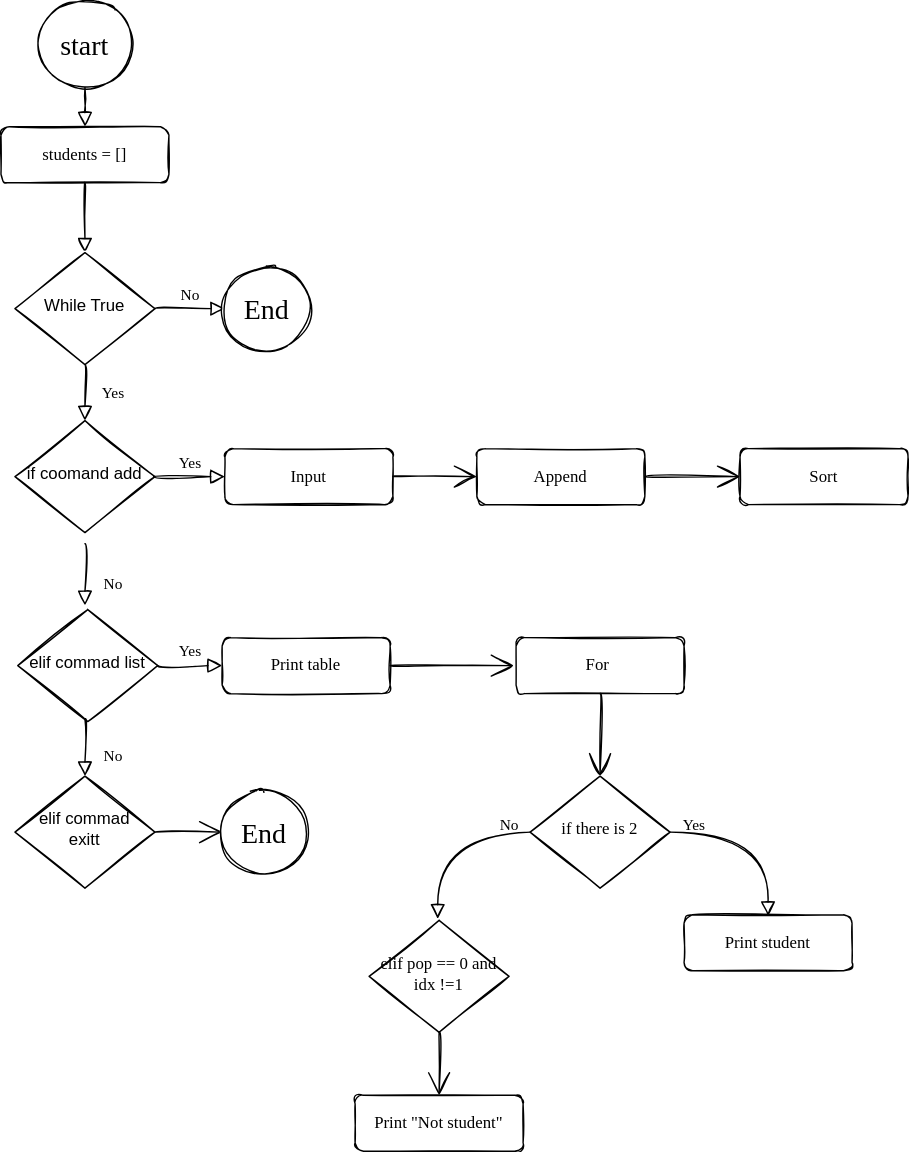
tamaranesterenko/Python.LR_9 keeps this draw.io diagram as Idz Diagram.svg. Above is the earlier version. Source tidied: cells renumbered, new cells last; positions are measured from the earlier drawing's top-left corner, leaving out a move shared by most shapes. The source it was exported from:
```xml
<mxGraphModel>
  <root>
    <mxCell id="0" />
    <mxCell id="1" parent="0" />
    <mxCell id="2" style="rounded=0;html=1;jettySize=auto;fontSize=11;endArrow=block;endFill=0;endSize=8;strokeWidth=1;shadow=0;labelBackgroundColor=none;edgeStyle=orthogonalEdgeStyle;sketch=1;hachureGap=4;fontFamily=Architects Daughter;fontSource=https%3A%2F%2Ffonts.googleapis.com%2Fcss%3Ffamily%3DArchitects%2BDaughter;sourcePerimeterSpacing=8;targetPerimeterSpacing=8;curved=1;entryX=0.5;entryY=0;entryDx=0;entryDy=0;exitX=0.5;exitY=1;exitDx=0;exitDy=0;" parent="1" edge="1" source="3" target="6">
      <mxGeometry relative="1" as="geometry" />
    </mxCell>
    <mxCell id="3" value="students = []" style="rounded=1;whiteSpace=wrap;html=1;fontSize=12;glass=0;strokeWidth=1;shadow=0;sketch=1;hachureGap=4;fontFamily=Architects Daughter;fontSource=https%3A%2F%2Ffonts.googleapis.com%2Fcss%3Ffamily%3DArchitects%2BDaughter;" parent="1" vertex="1">
      <mxGeometry y="90" width="120" height="40" as="geometry" />
    </mxCell>
    <mxCell id="4" value="Yes" style="rounded=0;html=1;jettySize=auto;fontSize=11;endArrow=block;endFill=0;endSize=8;strokeWidth=1;shadow=0;labelBackgroundColor=none;edgeStyle=orthogonalEdgeStyle;sketch=1;hachureGap=4;fontFamily=Architects Daughter;fontSource=https%3A%2F%2Ffonts.googleapis.com%2Fcss%3Ffamily%3DArchitects%2BDaughter;sourcePerimeterSpacing=8;targetPerimeterSpacing=8;curved=1;entryX=0.5;entryY=0;entryDx=0;entryDy=0;exitX=0.5;exitY=1;exitDx=0;exitDy=0;" parent="1" edge="1" source="6" target="9">
      <mxGeometry y="20" relative="1" as="geometry" />
    </mxCell>
    <mxCell id="5" value="No" style="edgeStyle=orthogonalEdgeStyle;rounded=0;html=1;jettySize=auto;fontSize=11;endArrow=block;endFill=0;endSize=8;strokeWidth=1;shadow=0;labelBackgroundColor=none;sketch=1;hachureGap=4;fontFamily=Architects Daughter;fontSource=https%3A%2F%2Ffonts.googleapis.com%2Fcss%3Ffamily%3DArchitects%2BDaughter;sourcePerimeterSpacing=8;targetPerimeterSpacing=8;curved=1;exitX=1;exitY=0.5;exitDx=0;exitDy=0;entryX=0;entryY=0.5;entryDx=0;entryDy=0;" parent="1" edge="1" source="6" target="33">
      <mxGeometry y="10" relative="1" as="geometry" />
    </mxCell>
    <mxCell id="6" value="While True" style="rhombus;whiteSpace=wrap;html=1;shadow=0;fontFamily=Helvetica;fontSize=12;align=center;strokeWidth=1;spacing=6;spacingTop=-4;sketch=1;hachureGap=4;fontSource=https%3A%2F%2Ffonts.googleapis.com%2Fcss%3Ffamily%3DArchitects%2BDaughter;" parent="1" vertex="1">
      <mxGeometry x="10" y="180" width="100" height="80" as="geometry" />
    </mxCell>
    <mxCell id="7" value="No" style="rounded=0;html=1;jettySize=auto;fontSize=11;endArrow=block;endFill=0;endSize=8;strokeWidth=1;shadow=0;labelBackgroundColor=none;edgeStyle=orthogonalEdgeStyle;sketch=1;hachureGap=4;fontFamily=Architects Daughter;fontSource=https%3A%2F%2Ffonts.googleapis.com%2Fcss%3Ffamily%3DArchitects%2BDaughter;sourcePerimeterSpacing=8;targetPerimeterSpacing=8;curved=1;" parent="1" edge="1" source="9">
      <mxGeometry x="0.33" y="20" relative="1" as="geometry">
        <mxPoint x="60" y="432" as="targetPoint" />
      </mxGeometry>
    </mxCell>
    <mxCell id="8" value="Yes" style="edgeStyle=orthogonalEdgeStyle;rounded=0;html=1;jettySize=auto;fontSize=11;endArrow=block;endFill=0;endSize=8;strokeWidth=1;shadow=0;labelBackgroundColor=none;sketch=1;hachureGap=4;fontFamily=Architects Daughter;fontSource=https%3A%2F%2Ffonts.googleapis.com%2Fcss%3Ffamily%3DArchitects%2BDaughter;sourcePerimeterSpacing=8;targetPerimeterSpacing=8;curved=1;exitX=0.99;exitY=0.5;exitDx=0;exitDy=0;exitPerimeter=0;entryX=0;entryY=0.5;entryDx=0;entryDy=0;" parent="1" edge="1" source="9" target="10">
      <mxGeometry y="10" relative="1" as="geometry" />
    </mxCell>
    <mxCell id="9" value="if coomand add" style="rhombus;whiteSpace=wrap;html=1;shadow=0;fontFamily=Helvetica;fontSize=12;align=center;strokeWidth=1;spacing=6;spacingTop=-4;sketch=1;hachureGap=4;fontSource=https%3A%2F%2Ffonts.googleapis.com%2Fcss%3Ffamily%3DArchitects%2BDaughter;" parent="1" vertex="1">
      <mxGeometry x="10" y="300" width="100" height="80" as="geometry" />
    </mxCell>
    <mxCell id="10" value="Input" style="rounded=1;whiteSpace=wrap;html=1;fontSize=12;glass=0;strokeWidth=1;shadow=0;sketch=1;hachureGap=4;fontFamily=Architects Daughter;fontSource=https%3A%2F%2Ffonts.googleapis.com%2Fcss%3Ffamily%3DArchitects%2BDaughter;" parent="1" vertex="1">
      <mxGeometry x="160" y="320" width="120" height="40" as="geometry" />
    </mxCell>
    <mxCell id="11" value="start" style="ellipse;whiteSpace=wrap;html=1;sketch=1;hachureGap=4;fontFamily=Architects Daughter;fontSource=https%3A%2F%2Ffonts.googleapis.com%2Fcss%3Ffamily%3DArchitects%2BDaughter;fontSize=20;" parent="1" vertex="1">
      <mxGeometry x="28" width="64" height="62" as="geometry" />
    </mxCell>
    <mxCell id="12" style="rounded=0;html=1;jettySize=auto;fontSize=11;endArrow=block;endFill=0;endSize=8;strokeWidth=1;shadow=0;labelBackgroundColor=none;edgeStyle=orthogonalEdgeStyle;sketch=1;hachureGap=4;fontFamily=Architects Daughter;fontSource=https%3A%2F%2Ffonts.googleapis.com%2Fcss%3Ffamily%3DArchitects%2BDaughter;sourcePerimeterSpacing=8;targetPerimeterSpacing=8;curved=1;entryX=0.5;entryY=0;entryDx=0;entryDy=0;exitX=0.5;exitY=1;exitDx=0;exitDy=0;" parent="1" edge="1" source="11" target="3">
      <mxGeometry relative="1" as="geometry">
        <Array as="points">
          <mxPoint x="60" y="78" />
          <mxPoint x="60" y="78" />
        </Array>
      </mxGeometry>
    </mxCell>
    <mxCell id="13" value="elif commad list" style="rhombus;whiteSpace=wrap;html=1;shadow=0;fontFamily=Helvetica;fontSize=12;align=center;strokeWidth=1;spacing=6;spacingTop=-4;sketch=1;hachureGap=4;fontSource=https%3A%2F%2Ffonts.googleapis.com%2Fcss%3Ffamily%3DArchitects%2BDaughter;" parent="1" vertex="1">
      <mxGeometry x="12" y="435" width="100" height="80" as="geometry" />
    </mxCell>
    <mxCell id="14" value="Append" style="rounded=1;whiteSpace=wrap;html=1;fontSize=12;glass=0;strokeWidth=1;shadow=0;sketch=1;hachureGap=4;fontFamily=Architects Daughter;fontSource=https%3A%2F%2Ffonts.googleapis.com%2Fcss%3Ffamily%3DArchitects%2BDaughter;" parent="1" vertex="1">
      <mxGeometry x="340" y="320" width="120" height="40" as="geometry" />
    </mxCell>
    <mxCell id="15" style="edgeStyle=none;jettySize=auto;html=1;rounded=0;sketch=1;hachureGap=4;fontFamily=Architects Daughter;fontSource=https%3A%2F%2Ffonts.googleapis.com%2Fcss%3Ffamily%3DArchitects%2BDaughter;fontSize=16;endArrow=open;startSize=14;endSize=14;sourcePerimeterSpacing=8;targetPerimeterSpacing=8;curved=1;exitX=1;exitY=0.5;exitDx=0;exitDy=0;entryX=0;entryY=0.5;entryDx=0;entryDy=0;" parent="1" edge="1" source="10" target="14">
      <mxGeometry relative="1" as="geometry" />
    </mxCell>
    <mxCell id="16" value="Sort" style="rounded=1;whiteSpace=wrap;html=1;fontSize=12;glass=0;strokeWidth=1;shadow=0;sketch=1;hachureGap=4;fontFamily=Architects Daughter;fontSource=https%3A%2F%2Ffonts.googleapis.com%2Fcss%3Ffamily%3DArchitects%2BDaughter;" parent="1" vertex="1">
      <mxGeometry x="528" y="320" width="120" height="40" as="geometry" />
    </mxCell>
    <mxCell id="17" style="edgeStyle=none;jettySize=auto;html=1;rounded=0;sketch=1;hachureGap=4;fontFamily=Architects Daughter;fontSource=https%3A%2F%2Ffonts.googleapis.com%2Fcss%3Ffamily%3DArchitects%2BDaughter;fontSize=16;endArrow=open;startSize=14;endSize=14;sourcePerimeterSpacing=8;targetPerimeterSpacing=8;curved=1;exitX=1;exitY=0.5;exitDx=0;exitDy=0;entryX=0;entryY=0.5;entryDx=0;entryDy=0;" parent="1" edge="1" source="14" target="16">
      <mxGeometry relative="1" as="geometry" />
    </mxCell>
    <mxCell id="18" value="Print table" style="rounded=1;whiteSpace=wrap;html=1;fontSize=12;glass=0;strokeWidth=1;shadow=0;sketch=1;hachureGap=4;fontFamily=Architects Daughter;fontSource=https%3A%2F%2Ffonts.googleapis.com%2Fcss%3Ffamily%3DArchitects%2BDaughter;" parent="1" vertex="1">
      <mxGeometry x="158" y="455" width="120" height="40" as="geometry" />
    </mxCell>
    <mxCell id="19" value="Yes" style="edgeStyle=orthogonalEdgeStyle;rounded=0;html=1;jettySize=auto;fontSize=11;endArrow=block;endFill=0;endSize=8;strokeWidth=1;shadow=0;labelBackgroundColor=none;sketch=1;hachureGap=4;fontFamily=Architects Daughter;fontSource=https%3A%2F%2Ffonts.googleapis.com%2Fcss%3Ffamily%3DArchitects%2BDaughter;sourcePerimeterSpacing=8;targetPerimeterSpacing=8;curved=1;exitX=1;exitY=0.5;exitDx=0;exitDy=0;entryX=0;entryY=0.5;entryDx=0;entryDy=0;" parent="1" edge="1" source="13" target="18">
      <mxGeometry y="10" relative="1" as="geometry" />
    </mxCell>
    <mxCell id="20" style="edgeStyle=none;jettySize=auto;html=1;rounded=0;sketch=1;hachureGap=4;fontFamily=Architects Daughter;fontSource=https%3A%2F%2Ffonts.googleapis.com%2Fcss%3Ffamily%3DArchitects%2BDaughter;fontSize=16;endArrow=open;startSize=14;endSize=14;sourcePerimeterSpacing=8;targetPerimeterSpacing=8;curved=1;exitX=1;exitY=0.5;exitDx=0;exitDy=0;entryX=0.014;entryY=0.413;entryDx=0;entryDy=0;entryPerimeter=0;" parent="1" edge="1" source="18">
      <mxGeometry relative="1" as="geometry">
        <mxPoint x="366.4" y="475" as="targetPoint" />
      </mxGeometry>
    </mxCell>
    <mxCell id="21" value="&lt;span style=&quot;font-family: &amp;#34;architects daughter&amp;#34;&quot;&gt;if there is 2&lt;/span&gt;" style="rhombus;whiteSpace=wrap;html=1;shadow=0;fontFamily=Helvetica;fontSize=12;align=center;strokeWidth=1;spacing=6;spacingTop=-4;sketch=1;hachureGap=4;fontSource=https%3A%2F%2Ffonts.googleapis.com%2Fcss%3Ffamily%3DArchitects%2BDaughter;" parent="1" vertex="1">
      <mxGeometry x="378" y="554" width="100" height="80" as="geometry" />
    </mxCell>
    <mxCell id="22" value="For&amp;nbsp;" style="rounded=1;whiteSpace=wrap;html=1;fontSize=12;glass=0;strokeWidth=1;shadow=0;sketch=1;hachureGap=4;fontFamily=Architects Daughter;fontSource=https%3A%2F%2Ffonts.googleapis.com%2Fcss%3Ffamily%3DArchitects%2BDaughter;" parent="1" vertex="1">
      <mxGeometry x="368" y="455" width="120" height="40" as="geometry" />
    </mxCell>
    <mxCell id="23" style="edgeStyle=none;jettySize=auto;html=1;rounded=0;sketch=1;hachureGap=4;fontFamily=Architects Daughter;fontSource=https%3A%2F%2Ffonts.googleapis.com%2Fcss%3Ffamily%3DArchitects%2BDaughter;fontSize=16;endArrow=open;startSize=14;endSize=14;sourcePerimeterSpacing=8;targetPerimeterSpacing=8;curved=1;exitX=0.5;exitY=1;exitDx=0;exitDy=0;entryX=0.5;entryY=0;entryDx=0;entryDy=0;" parent="1" edge="1" source="22" target="21">
      <mxGeometry relative="1" as="geometry" />
    </mxCell>
    <mxCell id="24" value="Yes" style="edgeStyle=orthogonalEdgeStyle;rounded=0;html=1;jettySize=auto;fontSize=11;endArrow=block;endFill=0;endSize=8;strokeWidth=1;shadow=0;labelBackgroundColor=none;sketch=1;hachureGap=4;fontFamily=Architects Daughter;fontSource=https%3A%2F%2Ffonts.googleapis.com%2Fcss%3Ffamily%3DArchitects%2BDaughter;sourcePerimeterSpacing=8;targetPerimeterSpacing=8;curved=1;exitX=1;exitY=0.5;exitDx=0;exitDy=0;" parent="1" edge="1" source="21">
      <mxGeometry x="-0.74" y="5" relative="1" as="geometry">
        <mxPoint x="548" y="654" as="targetPoint" />
      </mxGeometry>
    </mxCell>
    <mxCell id="25" value="No" style="rounded=0;html=1;jettySize=auto;fontSize=11;endArrow=block;endFill=0;endSize=8;strokeWidth=1;shadow=0;labelBackgroundColor=none;edgeStyle=orthogonalEdgeStyle;sketch=1;hachureGap=4;fontFamily=Architects Daughter;fontSource=https%3A%2F%2Ffonts.googleapis.com%2Fcss%3Ffamily%3DArchitects%2BDaughter;sourcePerimeterSpacing=8;targetPerimeterSpacing=8;curved=1;exitX=0;exitY=0.5;exitDx=0;exitDy=0;" parent="1" edge="1" source="21">
      <mxGeometry x="-0.76" y="-5" relative="1" as="geometry">
        <mxPoint x="312" y="656" as="targetPoint" />
      </mxGeometry>
    </mxCell>
    <mxCell id="26" value="Print student" style="rounded=1;whiteSpace=wrap;html=1;fontSize=12;glass=0;strokeWidth=1;shadow=0;sketch=1;hachureGap=4;fontFamily=Architects Daughter;fontSource=https%3A%2F%2Ffonts.googleapis.com%2Fcss%3Ffamily%3DArchitects%2BDaughter;" parent="1" vertex="1">
      <mxGeometry x="488" y="653" width="120" height="40" as="geometry" />
    </mxCell>
    <mxCell id="27" value="&lt;font face=&quot;architects daughter&quot;&gt;elif pop == 0 and idx !=1&lt;/font&gt;" style="rhombus;whiteSpace=wrap;html=1;shadow=0;fontFamily=Helvetica;fontSize=12;align=center;strokeWidth=1;spacing=6;spacingTop=-4;sketch=1;hachureGap=4;fontSource=https%3A%2F%2Ffonts.googleapis.com%2Fcss%3Ffamily%3DArchitects%2BDaughter;" parent="1" vertex="1">
      <mxGeometry x="263" y="657" width="100" height="80" as="geometry" />
    </mxCell>
    <mxCell id="28" value="Print &quot;Not student&quot;" style="rounded=1;whiteSpace=wrap;html=1;fontSize=12;glass=0;strokeWidth=1;shadow=0;sketch=1;hachureGap=4;fontFamily=Architects Daughter;fontSource=https%3A%2F%2Ffonts.googleapis.com%2Fcss%3Ffamily%3DArchitects%2BDaughter;" parent="1" vertex="1">
      <mxGeometry x="253" y="782" width="120" height="40" as="geometry" />
    </mxCell>
    <mxCell id="29" style="edgeStyle=none;jettySize=auto;html=1;rounded=0;sketch=1;hachureGap=4;fontFamily=Architects Daughter;fontSource=https%3A%2F%2Ffonts.googleapis.com%2Fcss%3Ffamily%3DArchitects%2BDaughter;fontSize=16;endArrow=open;startSize=14;endSize=14;sourcePerimeterSpacing=8;targetPerimeterSpacing=8;curved=1;exitX=0.5;exitY=1;exitDx=0;exitDy=0;entryX=0.5;entryY=0;entryDx=0;entryDy=0;" parent="1" edge="1" source="27" target="28">
      <mxGeometry relative="1" as="geometry" />
    </mxCell>
    <mxCell id="30" value="elif commad exitt" style="rhombus;whiteSpace=wrap;html=1;shadow=0;fontFamily=Helvetica;fontSize=12;align=center;strokeWidth=1;spacing=6;spacingTop=-4;sketch=1;hachureGap=4;fontSource=https%3A%2F%2Ffonts.googleapis.com%2Fcss%3Ffamily%3DArchitects%2BDaughter;" parent="1" vertex="1">
      <mxGeometry x="10" y="554" width="100" height="80" as="geometry" />
    </mxCell>
    <mxCell id="31" value="No" style="rounded=0;html=1;jettySize=auto;fontSize=11;endArrow=block;endFill=0;endSize=8;strokeWidth=1;shadow=0;labelBackgroundColor=none;edgeStyle=orthogonalEdgeStyle;sketch=1;hachureGap=4;fontFamily=Architects Daughter;fontSource=https%3A%2F%2Ffonts.googleapis.com%2Fcss%3Ffamily%3DArchitects%2BDaughter;sourcePerimeterSpacing=8;targetPerimeterSpacing=8;curved=1;entryX=0.5;entryY=0;entryDx=0;entryDy=0;" parent="1" edge="1" target="30">
      <mxGeometry x="0.33" y="20" relative="1" as="geometry">
        <mxPoint x="60" y="513" as="sourcePoint" />
      </mxGeometry>
    </mxCell>
    <mxCell id="32" style="edgeStyle=none;jettySize=auto;html=1;rounded=0;sketch=1;hachureGap=4;fontFamily=Architects Daughter;fontSource=https%3A%2F%2Ffonts.googleapis.com%2Fcss%3Ffamily%3DArchitects%2BDaughter;fontSize=16;endArrow=open;startSize=14;endSize=14;sourcePerimeterSpacing=8;targetPerimeterSpacing=8;curved=1;exitX=1;exitY=0.5;exitDx=0;exitDy=0;entryX=0;entryY=0.5;entryDx=0;entryDy=0;" parent="1" edge="1" source="30">
      <mxGeometry relative="1" as="geometry">
        <mxPoint x="158" y="594" as="targetPoint" />
      </mxGeometry>
    </mxCell>
    <mxCell id="33" value="End" style="ellipse;whiteSpace=wrap;html=1;sketch=1;hachureGap=4;fontFamily=Architects Daughter;fontSource=https%3A%2F%2Ffonts.googleapis.com%2Fcss%3Ffamily%3DArchitects%2BDaughter;fontSize=20;" parent="1" vertex="1">
      <mxGeometry x="160" y="190" width="60" height="60" as="geometry" />
    </mxCell>
    <mxCell id="34" value="End" style="ellipse;whiteSpace=wrap;html=1;sketch=1;hachureGap=4;fontFamily=Architects Daughter;fontSource=https%3A%2F%2Ffonts.googleapis.com%2Fcss%3Ffamily%3DArchitects%2BDaughter;fontSize=20;" parent="1" vertex="1">
      <mxGeometry x="158" y="564" width="60" height="60" as="geometry" />
    </mxCell>
  </root>
</mxGraphModel>
```
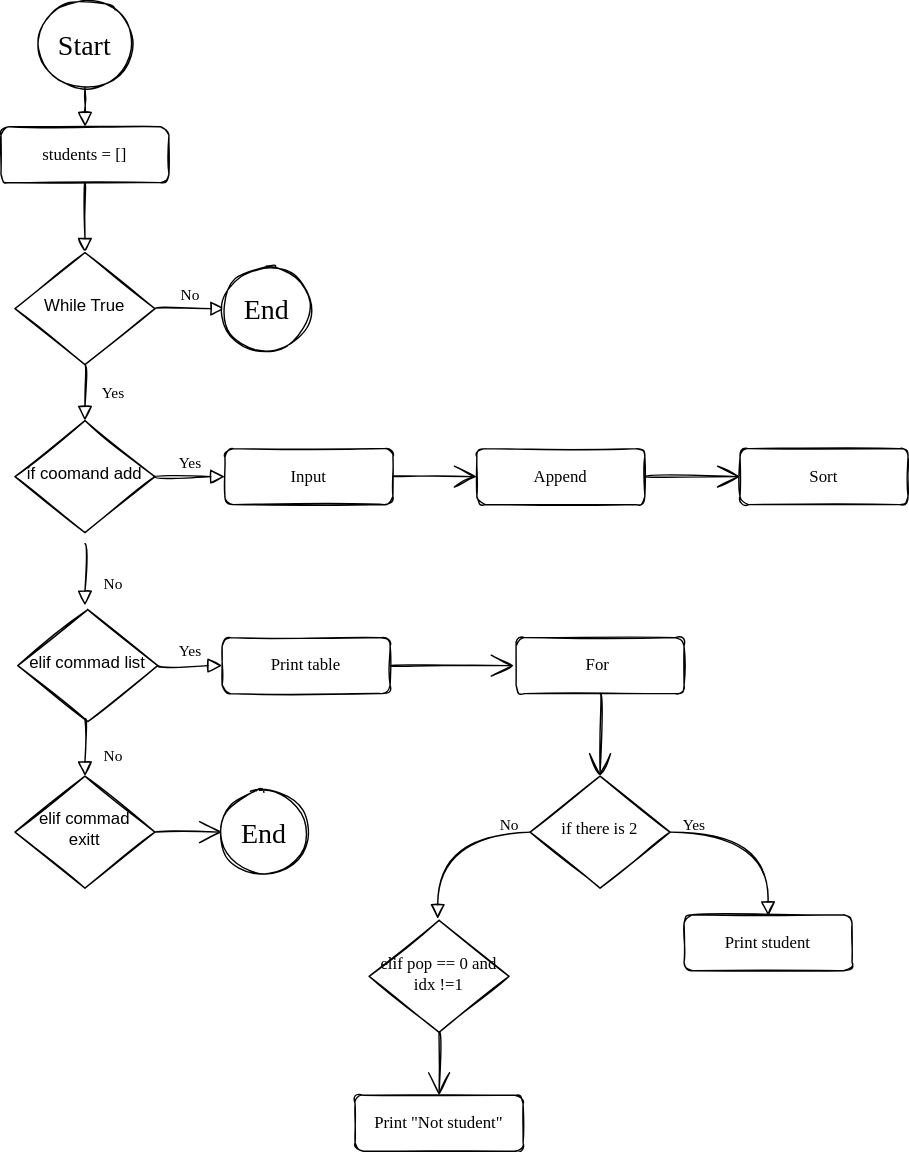
The same diagram one commit later.

The edit, as a diff of the source:
```diff
@@ -31,7 +31,7 @@
     <mxCell id="10" value="Input" style="rounded=1;whiteSpace=wrap;html=1;fontSize=12;glass=0;strokeWidth=1;shadow=0;sketch=1;hachureGap=4;fontFamily=Architects Daughter;fontSource=https%3A%2F%2Ffonts.googleapis.com%2Fcss%3Ffamily%3DArchitects%2BDaughter;" parent="1" vertex="1">
       <mxGeometry x="160" y="320" width="120" height="40" as="geometry" />
     </mxCell>
-    <mxCell id="11" value="start" style="ellipse;whiteSpace=wrap;html=1;sketch=1;hachureGap=4;fontFamily=Architects Daughter;fontSource=https%3A%2F%2Ffonts.googleapis.com%2Fcss%3Ffamily%3DArchitects%2BDaughter;fontSize=20;" parent="1" vertex="1">
+    <mxCell id="11" value="Start" style="ellipse;whiteSpace=wrap;html=1;sketch=1;hachureGap=4;fontFamily=Architects Daughter;fontSource=https%3A%2F%2Ffonts.googleapis.com%2Fcss%3Ffamily%3DArchitects%2BDaughter;fontSize=20;" parent="1" vertex="1">
       <mxGeometry x="28" width="64" height="62" as="geometry" />
     </mxCell>
     <mxCell id="12" style="rounded=0;html=1;jettySize=auto;fontSize=11;endArrow=block;endFill=0;endSize=8;strokeWidth=1;shadow=0;labelBackgroundColor=none;edgeStyle=orthogonalEdgeStyle;sketch=1;hachureGap=4;fontFamily=Architects Daughter;fontSource=https%3A%2F%2Ffonts.googleapis.com%2Fcss%3Ffamily%3DArchitects%2BDaughter;sourcePerimeterSpacing=8;targetPerimeterSpacing=8;curved=1;entryX=0.5;entryY=0;entryDx=0;entryDy=0;exitX=0.5;exitY=1;exitDx=0;exitDy=0;" parent="1" edge="1" source="11" target="3">
```
